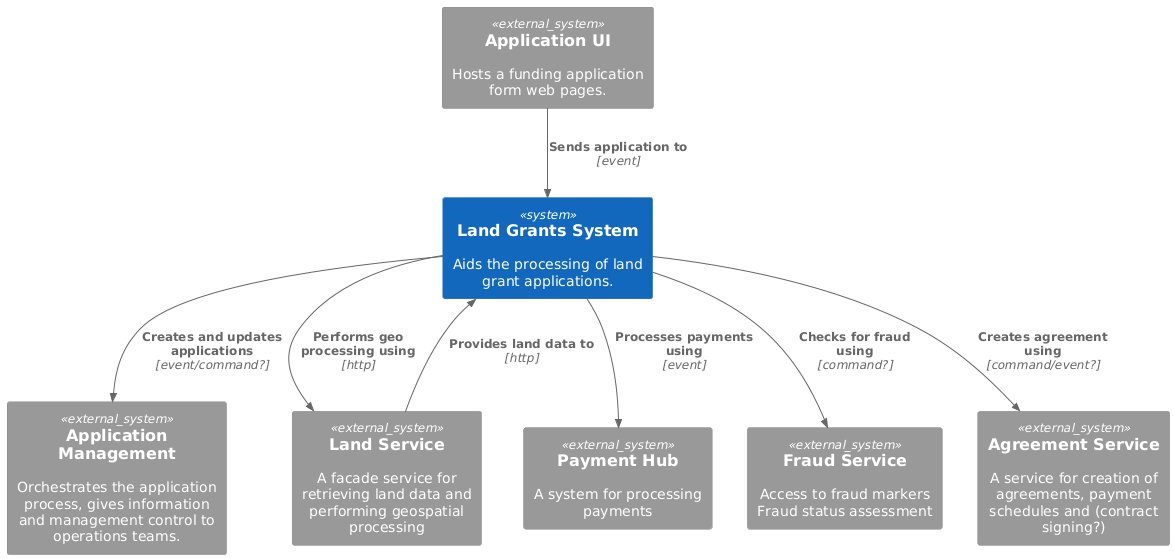
BugBareDrums/temp-frps-cdp keeps this PlantUML diagram as docs/_export/Land Grants System Context.png. Above is the earlier version. Source of this version:
```plantuml
@startuml
!include https://raw.githubusercontent.com/plantuml-stdlib/C4-PlantUML/master/C4_Context.puml
  !include https://raw.githubusercontent.com/plantuml-stdlib/C4-PlantUML/master/C4_Context.puml

  !procedure system($type="internal", $id, $name, $description)
      !if $type == "external"
          System_Ext($id, $name, $description)
      !else
          System($id, $name, $description)
      !endif
  !endprocedure

  !procedure landGrants($type = "internal")
      $system($type, "landGrants", "Land Grants System", "Aids the processing of land grant applications.")
  !endprocedure

  !procedure applicationUi($type = "internal")
      $system($type, "applicationUi", "Application UI", "Hosts a funding application form web pages.")
  !endprocedure

  !procedure applicationManagement($type = "internal")
      $system($type, "applicationManagement", "Application Management", "Orchestrates the application process, gives information and management control to operations teams.")
  !endprocedure

  !procedure applicationBuilder($type = "internal")
      $system($type, "applicationBuilder", "Application Builder", "Builds and maintains funding schemes and actions. Configures the other systems so they stay in sync.")
  !endprocedure

  !procedure arcGis($type = "external")
    $system($type, "arcGis", "ArcGIS", "A system providing land data and geospatial processing")
  !endprocedure

  !procedure paymentHub()
    $system("external", "paymentHub", "Payment Hub", "A system for processing payments")
  !endprocedure

  !procedure fraudService()
    $system("external", "fraudService", "Fraud Service", "Access to fraud markers Fraud status assessment")
  !endprocedure

  !procedure agreementService()
    $system("external", "agreementService", "Agreement Service", "A service for creation of agreements, payment schedules and (contract signing?)")
  !endprocedure

  !procedure lms()
    $system("external", "lms", "Land Management Service", "Existing system of record for land data")
  !endprocedure

  !procedure landChangeAudit()
    SystemDb("landChangeAudit", "Land Change Audit", "A database of land change events")
  !endprocedure

  !procedure landService($type = "external")
    $system($type, "landService", "Land Service", "A facade service for retrieving land data and performing geospatial processing")
  !endprocedure

  landGrants()

  applicationUi("external")
  applicationManagement("external")

  landService()
  paymentHub()
  fraudService()
  agreementService()

  Rel(applicationUi, landGrants, "Sends application to", "event")
  Rel(landService, landGrants, "Provides land data to", "http")
  Rel(landGrants, landService, "Performs geo processing using", "http")
  Rel(landGrants, paymentHub, "Processes payments using", "event")
  Rel(landGrants, fraudService, "Checks for fraud using", "command?")
  Rel(landGrants, agreementService, "Creates agreement using", "command/event?")
  Rel(landGrants, applicationManagement, "Creates and updates applications", "event/command?")
@enduml
```
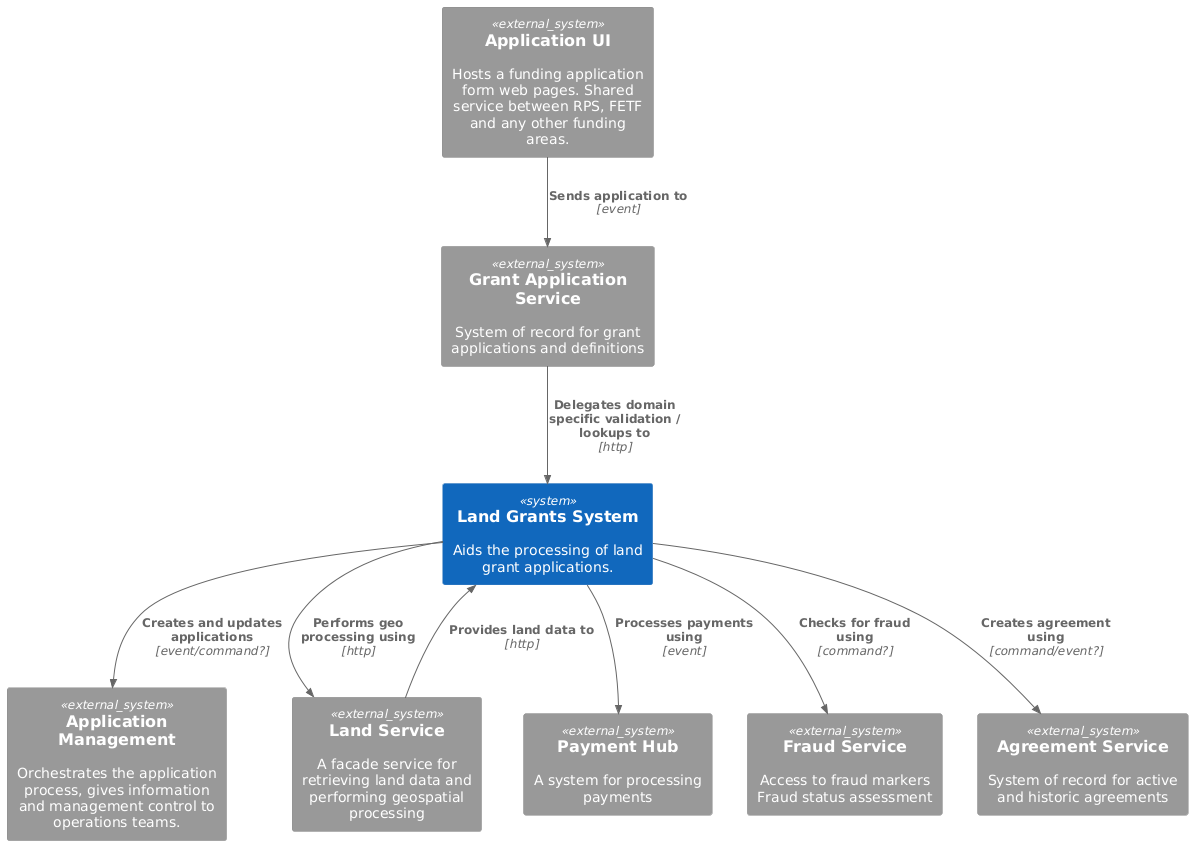
The same diagram one commit later.

Diff of the diagram source:
```diff
@@ -15,7 +15,7 @@
   !endprocedure
 
   !procedure applicationUi($type = "internal")
-      $system($type, "applicationUi", "Application UI", "Hosts a funding application form web pages.")
+      $system($type, "applicationUi", "Application UI", "Hosts a funding application form web pages. Shared service between RPS, FETF and any other funding areas.")
   !endprocedure
 
   !procedure applicationManagement($type = "internal")
@@ -30,6 +30,10 @@
     $system($type, "arcGis", "ArcGIS", "A system providing land data and geospatial processing")
   !endprocedure
 
+  !procedure agreementSystem($type = "external")
+    $system($type, "agreementSystem", "Agreement Service", "System of record for active and historic agreements")
+  !endprocedure
+
   !procedure paymentHub()
     $system("external", "paymentHub", "Payment Hub", "A system for processing payments")
   !endprocedure
@@ -38,8 +42,12 @@
     $system("external", "fraudService", "Fraud Service", "Access to fraud markers Fraud status assessment")
   !endprocedure
 
-  !procedure agreementService()
-    $system("external", "agreementService", "Agreement Service", "A service for creation of agreements, payment schedules and (contract signing?)")
+  !procedure singleFrontDoor()
+    $system("external", "singleFrontDoor", "Single Front Door", "A login and home page for all DEFRA farming")
+  !endprocedure
+
+  !procedure identity()
+    $system("external", "identity", "DEFRA.Identity", "A system for managing user identities")
   !endprocedure
 
   !procedure lms()
@@ -54,6 +62,10 @@
     $system($type, "landService", "Land Service", "A facade service for retrieving land data and performing geospatial processing")
   !endprocedure
 
+  !procedure grantApplicationService($type = "external")
+    $system($type, "grantApplicationService", "Grant Application Service", "System of record for grant applications and definitions")
+  !endprocedure
+
   landGrants()
 
   applicationUi("external")
@@ -62,13 +74,15 @@
   landService()
   paymentHub()
   fraudService()
-  agreementService()
+  agreementSystem()
+  grantApplicationService()
 
-  Rel(applicationUi, landGrants, "Sends application to", "event")
+  Rel(applicationUi, grantApplicationService, "Sends application to", "event")
+  Rel(grantApplicationService, landGrants, "Delegates domain specific validation / lookups to", "http")
   Rel(landService, landGrants, "Provides land data to", "http")
   Rel(landGrants, landService, "Performs geo processing using", "http")
   Rel(landGrants, paymentHub, "Processes payments using", "event")
   Rel(landGrants, fraudService, "Checks for fraud using", "command?")
-  Rel(landGrants, agreementService, "Creates agreement using", "command/event?")
+  Rel(landGrants, agreementSystem, "Creates agreement using", "command/event?")
   Rel(landGrants, applicationManagement, "Creates and updates applications", "event/command?")
 @enduml
```
